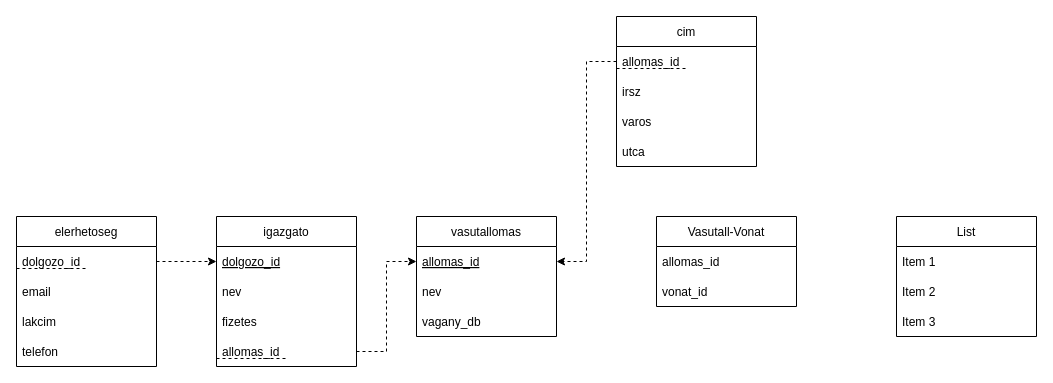
Earlier version of the draw.io diagram HR6121_1011/HR6121_5.2.2.drawio (HonDaniel/HR6121_DB1Gyak). Source tidied: cells renumbered, new cells numbered last; positions are measured from the earlier drawing's top-left corner, leaving out a move shared by most shapes. Both pictures are drawn from the tidied source at 100%, with x=0, y=0 at pixel (16, 16).
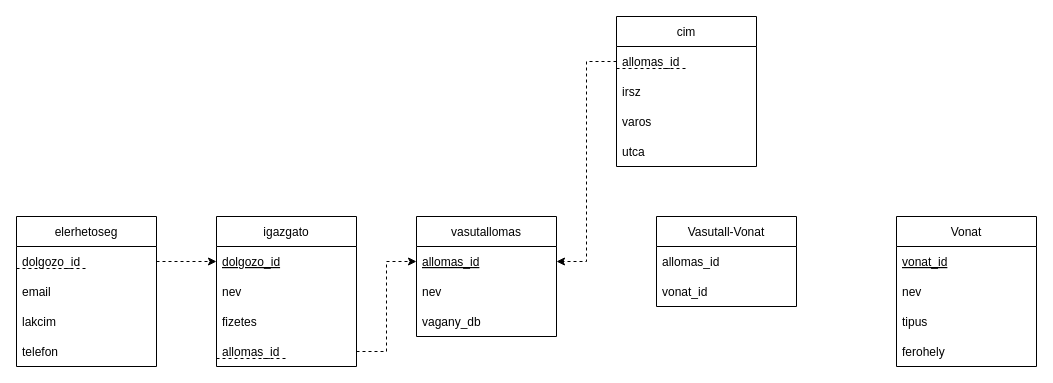
The same page after the edit.

Commit message:
week5task

What changed in the source:
```diff
@@
-    <mxCell id="30" value="List" style="swimlane;fontStyle=0;horizontal=1;startSize=30;" parent="1" vertex="1">
-      <mxGeometry x="880" y="200" width="140" height="120" as="geometry" />
+    <mxCell id="30" value="Vonat" style="swimlane;fontStyle=0;horizontal=1;startSize=30;" parent="1" vertex="1">
+      <mxGeometry x="880" y="200" width="140" height="150" as="geometry" />
     </mxCell>
-    <mxCell id="31" value="Item 1" style="text;strokeColor=none;fillColor=none;align=left;verticalAlign=middle;spacingLeft=4;spacingRight=4;overflow=hidden;" parent="30" vertex="1">
+    <mxCell id="31" value="vonat_id" style="text;strokeColor=none;fillColor=none;align=left;verticalAlign=middle;spacingLeft=4;spacingRight=4;overflow=hidden;fontStyle=4;" parent="30" vertex="1">
       <mxGeometry y="30" width="140" height="30" as="geometry" />
     </mxCell>
-    <mxCell id="32" value="Item 2" style="text;strokeColor=none;fillColor=none;align=left;verticalAlign=middle;spacingLeft=4;spacingRight=4;overflow=hidden;" parent="30" vertex="1">
+    <mxCell id="32" value="nev" style="text;strokeColor=none;fillColor=none;align=left;verticalAlign=middle;spacingLeft=4;spacingRight=4;overflow=hidden;" parent="30" vertex="1">
       <mxGeometry y="60" width="140" height="30" as="geometry" />
     </mxCell>
-    <mxCell id="33" value="Item 3" style="text;strokeColor=none;fillColor=none;align=left;verticalAlign=middle;spacingLeft=4;spacingRight=4;overflow=hidden;" parent="30" vertex="1">
+    <mxCell id="33" value="tipus" style="text;strokeColor=none;fillColor=none;align=left;verticalAlign=middle;spacingLeft=4;spacingRight=4;overflow=hidden;" parent="30" vertex="1">
       <mxGeometry y="90" width="140" height="30" as="geometry" />
     </mxCell>
+    <mxCell id="34" value="ferohely" style="text;strokeColor=none;fillColor=none;align=left;verticalAlign=middle;spacingLeft=4;spacingRight=4;overflow=hidden;" parent="30" vertex="1">
+      <mxGeometry y="120" width="140" height="30" as="geometry" />
+    </mxCell>
```
